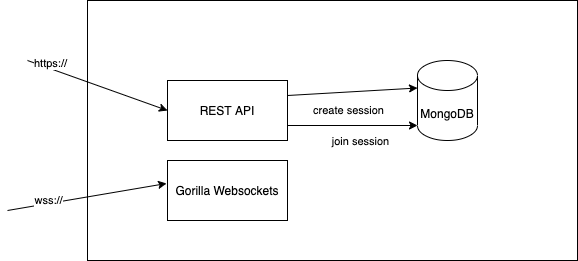
This is resource/architecture.png from thealmarques/meetjs-webrtc-golang, a draw.io export, as it was before one commit. Source tidied: cells renumbered, new cells last; positions are measured from the earlier drawing's top-left corner, leaving out a move shared by most shapes.
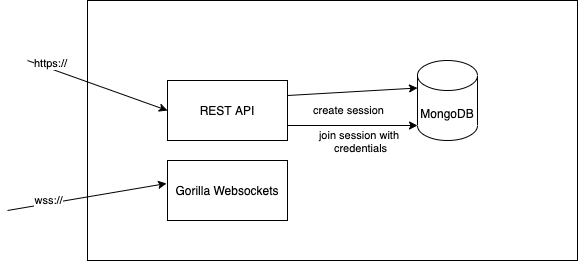
After the change.

What changed in the source:
```diff
@@ -30,7 +30,7 @@
     <mxCell id="9" style="rounded=0;jettySize=auto;html=1;exitX=1;exitY=0.75;exitDx=0;exitDy=0;entryX=0;entryY=1;entryDx=0;entryDy=-15;entryPerimeter=0;" parent="1" edge="1" source="11" target="4">
       <mxGeometry relative="1" as="geometry" />
     </mxCell>
-    <mxCell id="10" value="join session" style="edgeLabel;html=1;align=center;verticalAlign=middle;" parent="9" vertex="1">
+    <mxCell id="10" value="join session with &lt;br&gt;credentials" style="edgeLabel;html=1;align=center;verticalAlign=middle;" parent="9" vertex="1">
       <mxGeometry x="-0.47" y="-4" relative="1" as="geometry">
         <mxPoint x="37" y="11" as="offset" />
       </mxGeometry>
```
